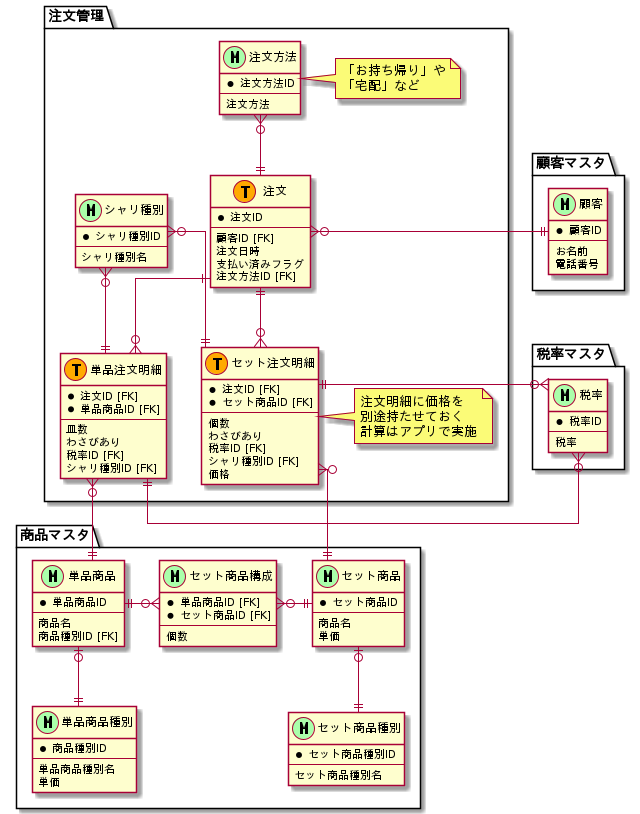
Before: database/29_modeling1/assets/task_3/sushi.png, a diagram exported from PlantUML (shimopino/praha-challenges).
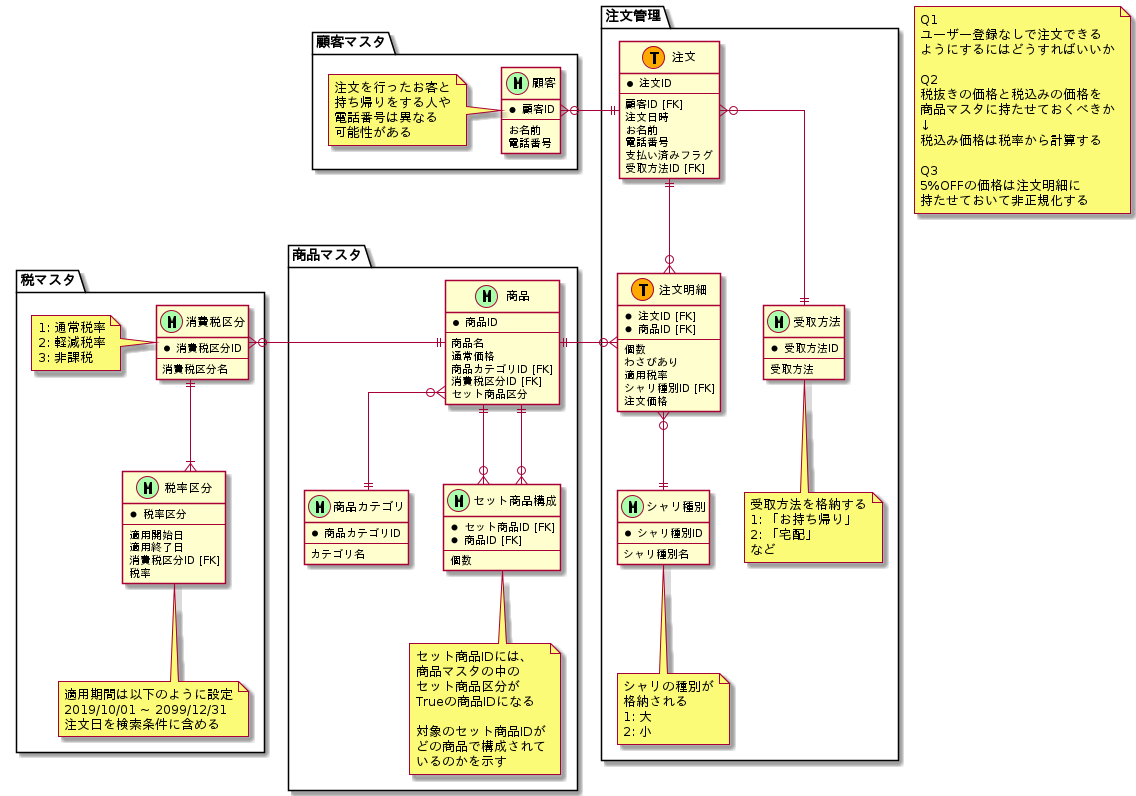
After the commit.

Commit message:
docs: 受取方法と注文価格を追加 #95

Change to the diagram source:
```diff
@@ -3,6 +3,22 @@
 skinparam Linetype ortho
 !define MASTER_MARK_COLOR AAFFAA
 !define TRANSACTION_MARK_COLOR FFAA00
+
+note as 疑問点
+    Q1
+    ユーザー登録なしで注文できる
+    ようにするにはどうすればいいか
+
+    Q2
+    税抜きの価格と税込みの価格を
+    商品マスタに持たせておくべきか
+    ↓
+    税込み価格は税率から計算する
+
+    Q3
+    5%OFFの価格は注文明細に
+    持たせておいて非正規化する
+end note
 
 package 顧客マスタ {
     entity 顧客 <<M,MASTER_MARK_COLOR>> {
@@ -11,14 +27,84 @@
         お名前
         電話番号
     }
+
+    note left of 顧客
+        注文を行ったお客と
+        持ち帰りをする人や
+        電話番号は異なる
+        可能性がある
+    end note
 }
 
-package 税率マスタ {
-    entity 税率 <<M,MASTER_MARK_COLOR>> {
-        * 税率ID
+package 税マスタ {
+    entity 消費税区分 <<M,MASTER_MARK_COLOR>> {
+        * 消費税区分ID
         --
+        消費税区分名
+    }
+
+    note left of 消費税区分
+        1: 通常税率
+        2: 軽減税率
+        3: 非課税
+    end note
+
+    entity 税率区分 <<M,MASTER_MARK_COLOR>> {
+        * 税率区分
+        --
+        適用開始日
+        適用終了日
+        消費税区分ID [FK]
         税率
     }
+
+    note bottom of 税率区分
+        適用期間は以下のように設定
+        2019/10/01 ~ 2099/12/31
+        注文日を検索条件に含める
+    end note
+
+    消費税区分 ||--|{ 税率区分
+}
+
+package 商品マスタ {
+    entity 商品 <<M,MASTER_MARK_COLOR>> {
+        * 商品ID
+        --
+        商品名
+        通常価格
+        商品カテゴリID [FK]
+        消費税区分ID [FK]
+        セット商品区分
+    }
+
+    entity 商品カテゴリ <<M,MASTER_MARK_COLOR>> {
+        * 商品カテゴリID
+        --
+        カテゴリ名
+    }
+
+    entity セット商品構成 <<M,MASTER_MARK_COLOR>> {
+        * セット商品ID [FK]
+        * 商品ID [FK]
+        --
+        個数
+    }
+
+    note bottom of セット商品構成
+        セット商品IDには、
+        商品マスタの中の
+        セット商品区分が
+        Trueの商品IDになる
+
+        対象のセット商品IDが
+        どの商品で構成されて
+        いるのかを示す
+    end note
+
+    商品 }o--|| 商品カテゴリ
+    商品 ||--o{ セット商品構成
+    商品 ||--o{ セット商品構成
 }
 
 package 注文管理 {
@@ -27,32 +113,35 @@
         --
         顧客ID [FK]
         注文日時
+        お名前
+        電話番号
         支払い済みフラグ
-        注文方法ID [FK]
+        受取方法ID [FK]
     }
 
-    entity 単品注文明細 <<T,TRANSACTION_MARK_COLOR>> {
+    entity 注文明細 <<T,TRANSACTION_MARK_COLOR>> {
         * 注文ID [FK]
-        * 単品商品ID [FK]
-        --
-        皿数
-        わさびあり
-        税率ID [FK]
-        シャリ種別ID [FK]
-    }
-
-    entity セット注文明細 <<T,TRANSACTION_MARK_COLOR>> {
-        * 注文ID [FK]
-        * セット商品ID [FK]
+        * 商品ID [FK]
         --
         個数
         わさびあり
-        税率ID [FK]
+        適用税率
         シャリ種別ID [FK]
-        価格
+        注文価格
     }
 
-    note right of セット注文明細: 注文明細に価格を\n別途持たせておく\n計算はアプリで実施
+    entity 受取方法 <<M,MASTER_MARK_COLOR>> {
+        * 受取方法ID
+        --
+        受取方法
+    }
+
+    note bottom of 受取方法
+        受取方法を格納する
+        1: 「お持ち帰り」
+        2: 「宅配」
+        など
+    end note
 
     entity シャリ種別 <<M,MASTER_MARK_COLOR>> {
         * シャリ種別ID
@@ -60,67 +149,20 @@
         シャリ種別名
     }
 
-    entity 注文方法 <<M,MASTER_MARK_COLOR>> {
-        * 注文方法ID
-        --
-        注文方法
-    }
+    note bottom of シャリ種別
+        シャリの種別が
+        格納される
+        1: 大
+        2: 小
+    end note
 
-    note right of 注文方法: 「お持ち帰り」や\n「宅配」など
-
-    注文 ||-do-o{ 単品注文明細
-    注文 ||-do-o{ セット注文明細
-    シャリ種別 }o-do-|| 単品注文明細
-    シャリ種別 }o-do-|| セット注文明細
-    注文方法 }o-do-|| 注文
+    注文 ||-do-o{ 注文明細
+    注文明細 }o--|| シャリ種別
+    注文 }o--|| 受取方法
 }
 
-
-package 商品マスタ {
-    entity 単品商品 <<M,MASTER_MARK_COLOR>> {
-        * 単品商品ID
-        --
-        商品名
-        商品種別ID [FK]
-    }
-
-    entity 単品商品種別 <<M,MASTER_MARK_COLOR>> {
-        * 商品種別ID
-        --
-        単品商品種別名
-        単価
-    }
-
-    entity セット商品 <<M,MASTER_MARK_COLOR>> {
-        * セット商品ID
-        --
-        商品名
-        単価
-    }
-
-    entity セット商品種別 <<M,MASTER_MARK_COLOR>> {
-        * セット商品種別ID
-        --
-        セット商品種別名
-    }
-
-    entity セット商品構成 <<M,MASTER_MARK_COLOR>> {
-        * 単品商品ID [FK]
-        * セット商品ID [FK]
-        --
-        個数
-    }
-
-    単品商品 |o--|| 単品商品種別
-    セット商品 |o--|| セット商品種別
-    単品商品 ||-ri-o{ セット商品構成
-    セット商品 ||-le-o{ セット商品構成
-}
-
-顧客 ||-ri-o{ 注文
-単品注文明細 }o-do-|| 単品商品
-セット注文明細 }o-do-|| セット商品
-税率 }o-ri-|| 単品注文明細
-税率 }o-ri-|| セット注文明細
+商品 ||-le-o{ 消費税区分
+顧客 }o-le-|| 注文
+注文明細 }o-le-|| 商品
 
 @enduml
```
